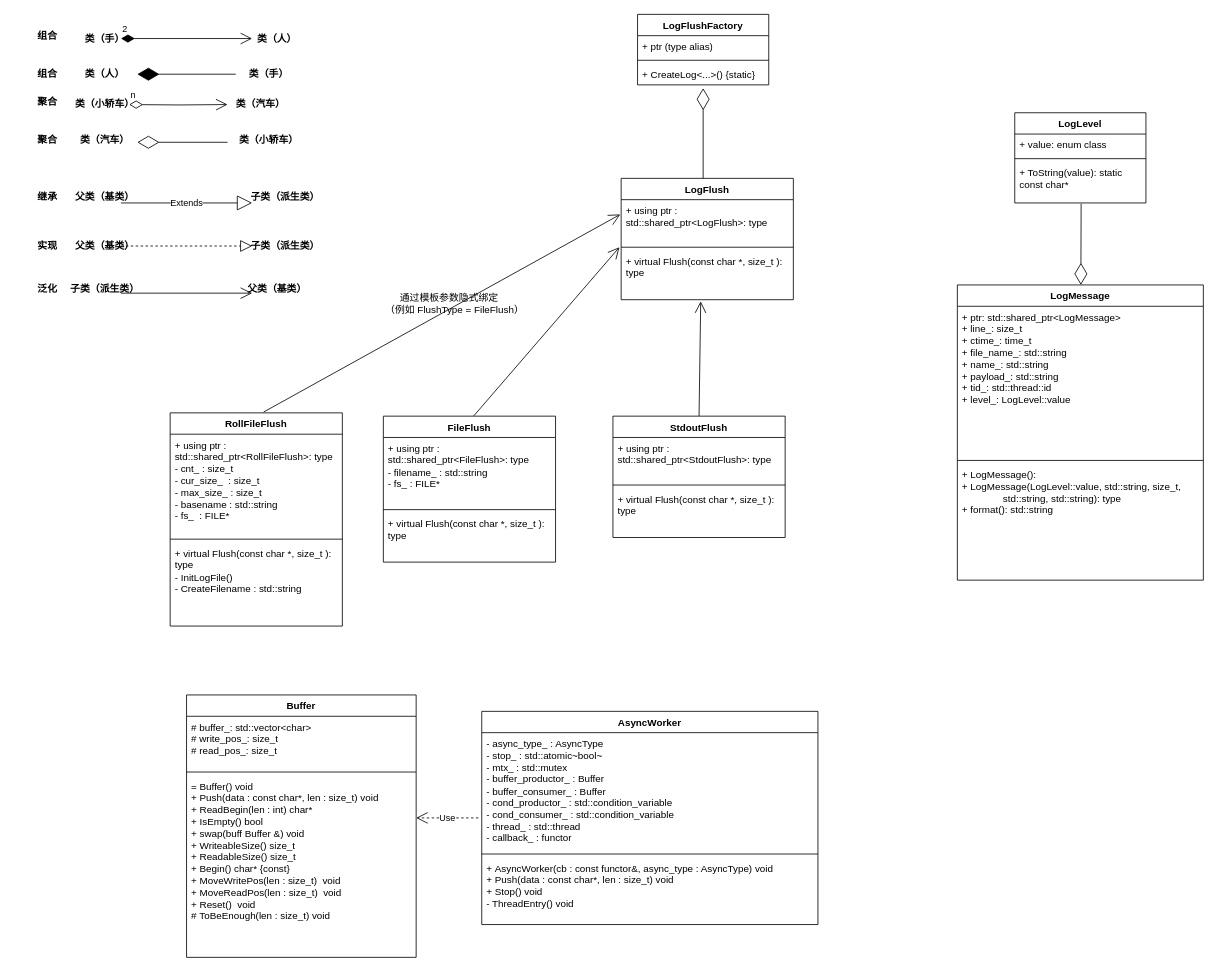
This is logmodle.drawio from HongxGe/Kama-AsynLogSystem-CloudStorage, a draw.io file, before an edit. Source tidied: cells renumbered, new cells numbered last; positions are measured from the earlier drawing's top-left corner, leaving out a move shared by most shapes. Both pictures are drawn from the tidied source at 82%, with x=0, y=0 at pixel (14, 14).
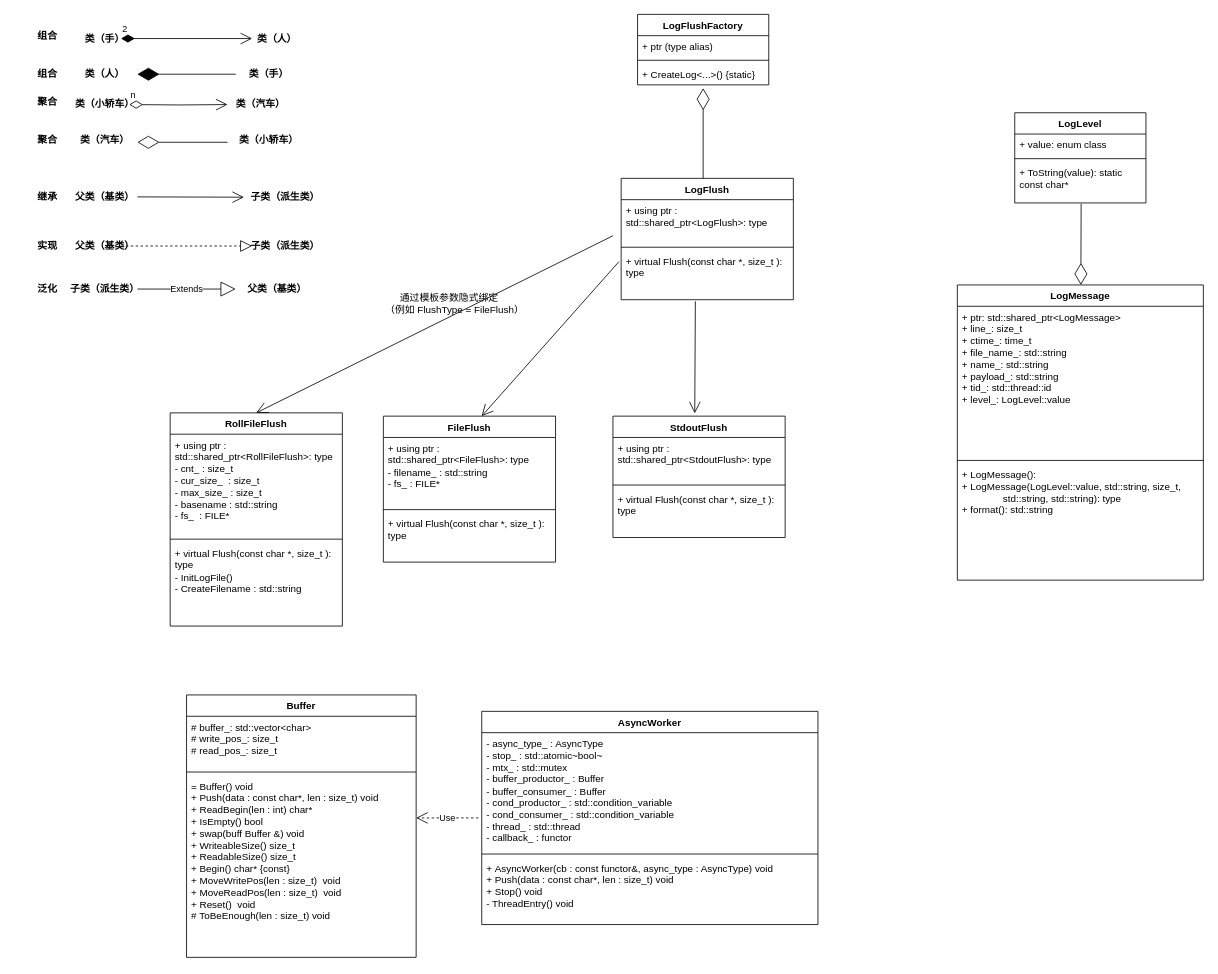
The same diagram, later.

Unchanged cells that the change refers to:
```xml
<mxCell id="12" value="+ using ptr : std::shared_ptr&amp;lt;LogFlush&amp;gt;: type" style="text;strokeColor=none;fillColor=none;align=left;verticalAlign=top;spacingLeft=4;spacingRight=4;overflow=hidden;points=[[0,0.5],[1,0.5]];portConstraint=eastwest;whiteSpace=wrap;html=1;" parent="10" vertex="1">
  <mxGeometry y="26" width="210" height="54" as="geometry" />
</mxCell>
<mxCell id="14" value="+&amp;nbsp;virtual Flush(const char *, size_t ): type" style="text;strokeColor=none;fillColor=none;align=left;verticalAlign=top;spacingLeft=4;spacingRight=4;overflow=hidden;points=[[0,0.5],[1,0.5]];portConstraint=eastwest;whiteSpace=wrap;html=1;" parent="10" vertex="1">
  <mxGeometry y="88" width="210" height="60" as="geometry" />
</mxCell>
<mxCell id="16" value="StdoutFlush" style="swimlane;fontStyle=1;align=center;verticalAlign=top;horizontal=1;startSize=26;whiteSpace=wrap;html=1;" parent="1" vertex="1">
  <mxGeometry x="730" y="490" width="210" height="148" as="geometry" />
</mxCell>
<mxCell id="20" value="FileFlush" style="swimlane;fontStyle=1;align=center;verticalAlign=top;horizontal=1;startSize=26;whiteSpace=wrap;html=1;" parent="1" vertex="1">
  <mxGeometry x="450" y="490" width="210" height="178" as="geometry" />
</mxCell>
<mxCell id="25" value="RollFileFlush" style="swimlane;fontStyle=1;align=center;verticalAlign=top;horizontal=1;startSize=26;whiteSpace=wrap;html=1;" parent="1" vertex="1">
  <mxGeometry x="190" y="486" width="210" height="260" as="geometry" />
</mxCell>
<mxCell id="61" value="子类（派生类）" style="text;align=center;fontStyle=1;verticalAlign=middle;spacingLeft=3;spacingRight=3;strokeColor=none;points=[[0,0.5],[1,0.5]];portConstraint=eastwest;html=1;" parent="1" vertex="1">
  <mxGeometry x="70" y="322" width="80" height="26" as="geometry" />
</mxCell>
```

Diff of the diagram source:
```diff
@@
-    <mxCell id="21" style="endArrow=open;endFill=1;endSize=12;html=1;rounded=0;entryX=-0.01;entryY=-0.067;entryDx=0;entryDy=0;entryPerimeter=0;" parent="20" edge="1" target="14">
-      <mxGeometry relative="1" as="geometry">
-        <mxPoint x="110" as="sourcePoint" />
-      </mxGeometry>
-    </mxCell>
@@
-    <mxCell id="33" style="endArrow=open;endFill=1;endSize=12;html=1;rounded=0;entryX=0.462;entryY=1.033;entryDx=0;entryDy=0;entryPerimeter=0;exitX=0.5;exitY=0;exitDx=0;exitDy=0;" parent="1" edge="1" source="16" target="14">
+    <mxCell id="33" style="endArrow=open;endFill=1;endSize=12;html=1;rounded=0;exitX=0.431;exitY=1.033;exitDx=0;exitDy=0;exitPerimeter=0;entryX=0.475;entryY=-0.023;entryDx=0;entryDy=0;entryPerimeter=0;" parent="1" edge="1" source="14" target="16">
       <mxGeometry relative="1" as="geometry" />
     </mxCell>
-    <mxCell id="34" style="endArrow=open;endFill=1;endSize=12;html=1;rounded=0;entryX=-0.005;entryY=0.333;entryDx=0;entryDy=0;entryPerimeter=0;exitX=0.543;exitY=-0.004;exitDx=0;exitDy=0;exitPerimeter=0;" parent="1" edge="1" source="25" target="12">
-      <mxGeometry relative="1" as="geometry" />
+    <mxCell id="34" style="endArrow=open;endFill=1;endSize=12;html=1;rounded=0;entryX=0.5;entryY=0;entryDx=0;entryDy=0;" parent="1" edge="1" target="25">
+      <mxGeometry relative="1" as="geometry">
+        <mxPoint x="730" y="270" as="sourcePoint" />
+      </mxGeometry>
     </mxCell>
@@
-    <mxCell id="51" value="Extends" style="endArrow=block;endSize=16;endFill=0;html=1;rounded=0;" parent="1" edge="1">
+    <mxCell id="51" value="Extends" style="endArrow=block;endSize=16;endFill=0;html=1;rounded=0;exitX=1;exitY=0.5;exitDx=0;exitDy=0;" parent="1" edge="1" source="61">
       <mxGeometry relative="1" as="geometry">
-        <mxPoint x="130" y="230" as="sourcePoint" />
-        <mxPoint x="290" y="230" as="targetPoint" />
+        <mxPoint x="270" y="335" as="targetPoint" />
       </mxGeometry>
     </mxCell>
@@
     <mxCell id="59" style="endArrow=open;endFill=1;endSize=12;html=1;rounded=0;" parent="1" edge="1">
       <mxGeometry relative="1" as="geometry">
-        <mxPoint x="130" y="340" as="sourcePoint" />
-        <mxPoint x="290" y="340" as="targetPoint" />
+        <mxPoint x="150" y="222.6" as="sourcePoint" />
+        <mxPoint x="280" y="223" as="targetPoint" />
       </mxGeometry>
     </mxCell>
@@
+    <mxCell id="21" style="endArrow=open;endFill=1;endSize=12;html=1;rounded=0;exitX=-0.013;exitY=0.228;exitDx=0;exitDy=0;exitPerimeter=0;entryX=0.571;entryY=0;entryDx=0;entryDy=0;entryPerimeter=0;" parent="1" edge="1" source="14" target="20">
+      <mxGeometry relative="1" as="geometry" />
+    </mxCell>
```
